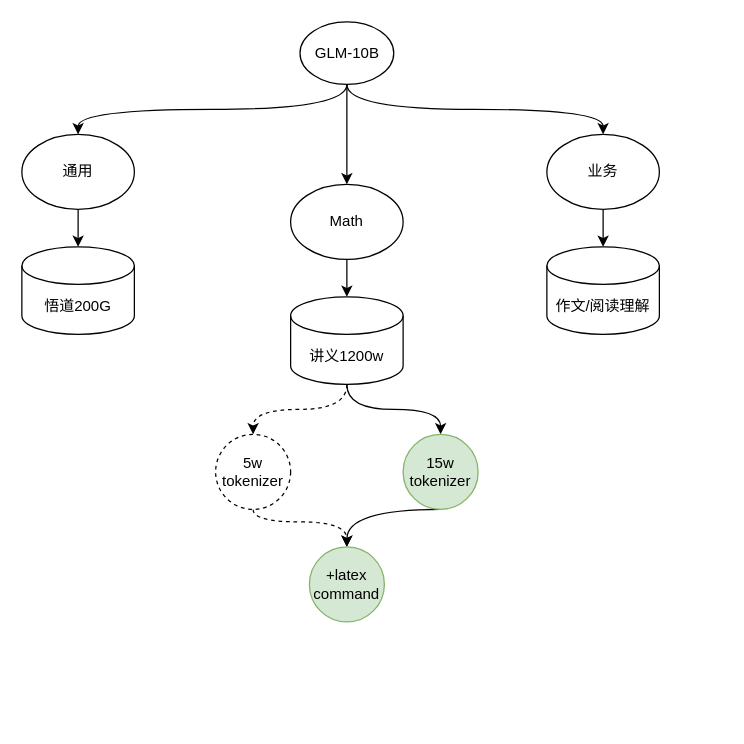
This is LLM-GLM-10B实验大纲.drawio from ZhangHammer/ZhangHammer, a draw.io file, before an edit. Source tidied: cells renumbered, new cells numbered last; positions are measured from the earlier drawing's top-left corner, leaving out a move shared by most shapes. Both pictures are drawn from the tidied source at 125%, with x=0, y=0 at pixel (21, 21).
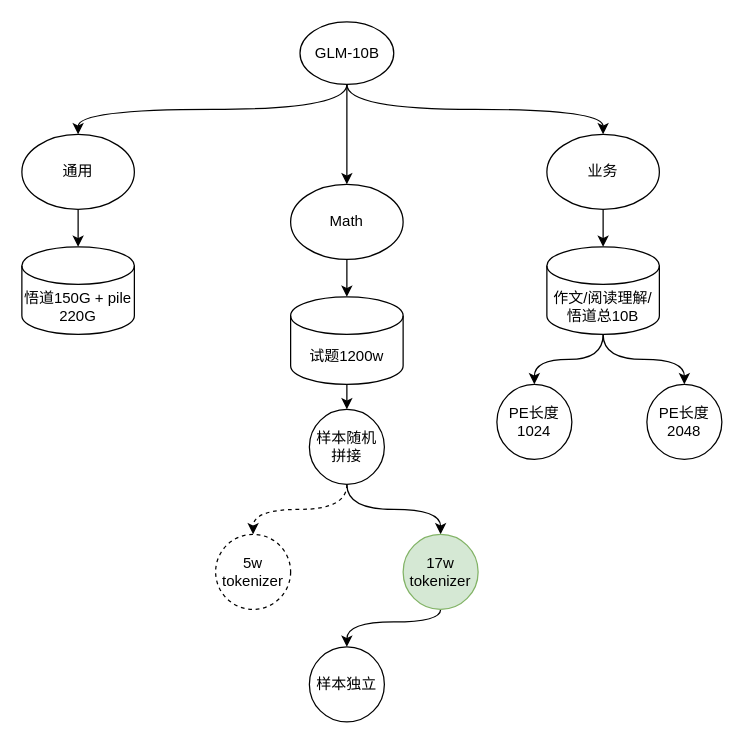
The same page after the edit.

Commit message:
更新LLM-GLM-10B实验大纲.drawio

What changed in the source:
```diff
@@
-    <mxCell id="12" style="edgeStyle=orthogonalEdgeStyle;curved=1;rounded=0;jettySize=auto;html=1;exitX=0.5;exitY=1;exitDx=0;exitDy=0;exitPerimeter=0;entryX=0.5;entryY=0;entryDx=0;entryDy=0;" parent="1" edge="1" source="14" target="20">
+    <mxCell id="12" style="edgeStyle=orthogonalEdgeStyle;curved=1;rounded=0;jettySize=auto;html=1;exitX=0.5;exitY=1;exitDx=0;exitDy=0;entryX=0.5;entryY=0;entryDx=0;entryDy=0;" parent="1" edge="1" source="25" target="20">
       <mxGeometry relative="1" as="geometry" />
     </mxCell>
-    <mxCell id="13" style="edgeStyle=orthogonalEdgeStyle;curved=1;rounded=0;jettySize=auto;html=1;exitX=0.5;exitY=1;exitDx=0;exitDy=0;exitPerimeter=0;entryX=0.5;entryY=0;entryDx=0;entryDy=0;dashed=1;" parent="1" edge="1" source="14" target="18">
+    <mxCell id="13" style="edgeStyle=orthogonalEdgeStyle;curved=1;rounded=0;jettySize=auto;html=1;exitX=0.5;exitY=1;exitDx=0;exitDy=0;entryX=0.5;entryY=0;entryDx=0;entryDy=0;dashed=1;" parent="1" edge="1" source="25" target="18">
       <mxGeometry relative="1" as="geometry" />
     </mxCell>
+    <mxCell id="22" style="edgeStyle=none;rounded=0;jettySize=auto;html=1;exitX=0.5;exitY=1;exitDx=0;exitDy=0;exitPerimeter=0;entryX=0.5;entryY=0;entryDx=0;entryDy=0;" parent="1" edge="1" source="14" target="25">
+      <mxGeometry relative="1" as="geometry" />
+    </mxCell>
-    <mxCell id="14" value="讲义1200w" style="shape=cylinder3;whiteSpace=wrap;html=1;boundedLbl=1;backgroundOutline=1;size=15;" parent="1" vertex="1">
+    <mxCell id="14" value="试题1200w" style="shape=cylinder3;whiteSpace=wrap;html=1;boundedLbl=1;backgroundOutline=1;size=15;" parent="1" vertex="1">
       <mxGeometry x="215" y="220" width="90" height="70" as="geometry" />
     </mxCell>
-    <mxCell id="15" value="悟道200G" style="shape=cylinder3;whiteSpace=wrap;html=1;boundedLbl=1;backgroundOutline=1;size=15;" parent="1" vertex="1">
+    <mxCell id="15" value="悟道150G + pile 220G" style="shape=cylinder3;whiteSpace=wrap;html=1;boundedLbl=1;backgroundOutline=1;size=15;" parent="1" vertex="1">
       <mxGeometry y="180" width="90" height="70" as="geometry" />
     </mxCell>
+    <mxCell id="23" style="edgeStyle=orthogonalEdgeStyle;curved=1;rounded=0;jettySize=auto;html=1;exitX=0.5;exitY=1;exitDx=0;exitDy=0;exitPerimeter=0;entryX=0.5;entryY=0;entryDx=0;entryDy=0;" parent="1" edge="1" source="16" target="26">
+      <mxGeometry relative="1" as="geometry" />
+    </mxCell>
+    <mxCell id="24" style="edgeStyle=orthogonalEdgeStyle;curved=1;rounded=0;jettySize=auto;html=1;exitX=0.5;exitY=1;exitDx=0;exitDy=0;exitPerimeter=0;entryX=0.5;entryY=0;entryDx=0;entryDy=0;" parent="1" edge="1" source="16" target="27">
+      <mxGeometry relative="1" as="geometry" />
+    </mxCell>
-    <mxCell id="16" value="作文/阅读理解" style="shape=cylinder3;whiteSpace=wrap;html=1;boundedLbl=1;backgroundOutline=1;size=15;" parent="1" vertex="1">
+    <mxCell id="16" value="作文/阅读理解/悟道总10B" style="shape=cylinder3;whiteSpace=wrap;html=1;boundedLbl=1;backgroundOutline=1;size=15;" parent="1" vertex="1">
       <mxGeometry x="420" y="180" width="90" height="70" as="geometry" />
     </mxCell>
-    <mxCell id="17" style="edgeStyle=orthogonalEdgeStyle;curved=1;rounded=0;jettySize=auto;html=1;exitX=0.5;exitY=1;exitDx=0;exitDy=0;entryX=0.5;entryY=0;entryDx=0;entryDy=0;dashed=1;" parent="1" edge="1" source="18" target="21">
-      <mxGeometry relative="1" as="geometry">
-        <Array as="points">
-          <mxPoint x="185" y="400" />
-          <mxPoint x="260" y="400" />
-        </Array>
-      </mxGeometry>
-    </mxCell>
     <mxCell id="18" value="5w tokenizer" style="ellipse;whiteSpace=wrap;html=1;dashed=1;" parent="1" vertex="1">
-      <mxGeometry x="155" y="330" width="60" height="60" as="geometry" />
+      <mxGeometry x="155" y="410" width="60" height="60" as="geometry" />
     </mxCell>
-    <mxCell id="19" style="edgeStyle=orthogonalEdgeStyle;curved=1;rounded=0;jettySize=auto;html=1;exitX=0.5;exitY=1;exitDx=0;exitDy=0;entryX=0.5;entryY=0;entryDx=0;entryDy=0;" parent="1" edge="1" source="20" target="21">
+    <mxCell id="19" style="edgeStyle=orthogonalEdgeStyle;curved=1;rounded=0;jettySize=auto;html=1;exitX=0.5;exitY=1;exitDx=0;exitDy=0;entryX=0.5;entryY=0;entryDx=0;entryDy=0;" parent="1" edge="1" source="20">
       <mxGeometry relative="1" as="geometry">
+        <mxPoint x="260" y="500" as="targetPoint" />
         <Array as="points">
-          <mxPoint x="260" y="390" />
+          <mxPoint x="335" y="480" />
+          <mxPoint x="260" y="480" />
         </Array>
       </mxGeometry>
     </mxCell>
-    <mxCell id="20" value="15w tokenizer" style="ellipse;whiteSpace=wrap;html=1;fillColor=#d5e8d4;strokeColor=#82b366;" parent="1" vertex="1">
-      <mxGeometry x="305" y="330" width="60" height="60" as="geometry" />
+    <mxCell id="20" value="17w tokenizer" style="ellipse;whiteSpace=wrap;html=1;fillColor=#d5e8d4;strokeColor=#82b366;" parent="1" vertex="1">
+      <mxGeometry x="305" y="410" width="60" height="60" as="geometry" />
     </mxCell>
-    <mxCell id="21" value="+latex command" style="ellipse;whiteSpace=wrap;html=1;fillColor=#d5e8d4;strokeColor=#82b366;" parent="1" vertex="1">
-      <mxGeometry x="230" y="420" width="60" height="60" as="geometry" />
+    <mxCell id="21" value="样本独立" style="ellipse;whiteSpace=wrap;html=1;fillColor=none;strokeColor=#000000;" parent="1" vertex="1">
+      <mxGeometry x="230" y="500" width="60" height="60" as="geometry" />
     </mxCell>
+    <mxCell id="25" value="样本随机拼接" style="ellipse;whiteSpace=wrap;html=1;fillColor=none;strokeColor=#000000;" parent="1" vertex="1">
+      <mxGeometry x="230" y="310" width="60" height="60" as="geometry" />
+    </mxCell>
+    <mxCell id="26" value="PE长度1024" style="ellipse;whiteSpace=wrap;html=1;fillColor=none;strokeColor=#000000;" parent="1" vertex="1">
+      <mxGeometry x="380" y="290" width="60" height="60" as="geometry" />
+    </mxCell>
+    <mxCell id="27" value="PE长度2048" style="ellipse;whiteSpace=wrap;html=1;fillColor=none;strokeColor=#000000;" parent="1" vertex="1">
+      <mxGeometry x="500" y="290" width="60" height="60" as="geometry" />
+    </mxCell>
```
